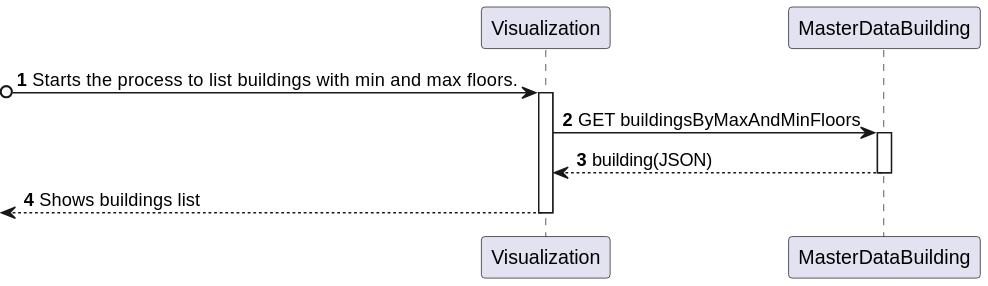
Before: Visualization/docs/US_1070/Diagrams/Level2/ProcessView.svg, a diagram exported from PlantUML (Pedro-Pereira1/sem5pi_23_24_g056_Visualization). Its diagram source:
```plantuml
@startuml
autonumber

participant Visualization
participant "MasterDataBuilding" as GI

?o-> Visualization: Starts the process to  list buildings with min and max floors.
activate Visualization


Visualization -> GI: GET buildingsByMaxAndMinFloors
activate GI
GI --> Visualization: building(JSON)
deactivate GI

<-- Visualization: Shows buildings list
deactivate Visualization
@enduml
```
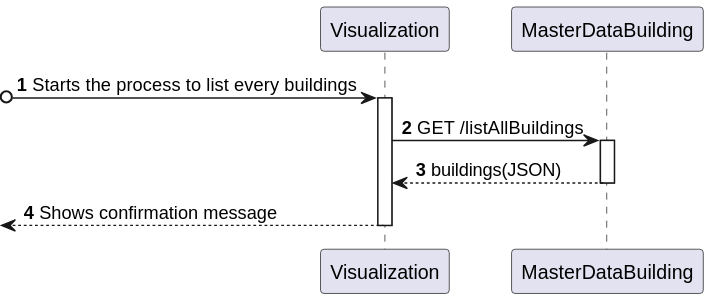
Above is the later version.

The edit, as a diff of the source:
```diff
@@ -1,18 +1,20 @@
 @startuml
+
 autonumber
 
 participant Visualization
 participant "MasterDataBuilding" as GI
 
-?o-> Visualization: Starts the process to  list buildings with min and max floors.
+?o-> Visualization: Starts the process to list every buildings
 activate Visualization
 
-
-Visualization -> GI: GET buildingsByMaxAndMinFloors
+Visualization -> GI: GET /listAllBuildings
 activate GI
-GI --> Visualization: building(JSON)
+GI --> Visualization: buildings(JSON)
 deactivate GI
 
-<-- Visualization: Shows buildings list
+<-- Visualization: Shows confirmation message
 deactivate Visualization
+
+
 @enduml
```
